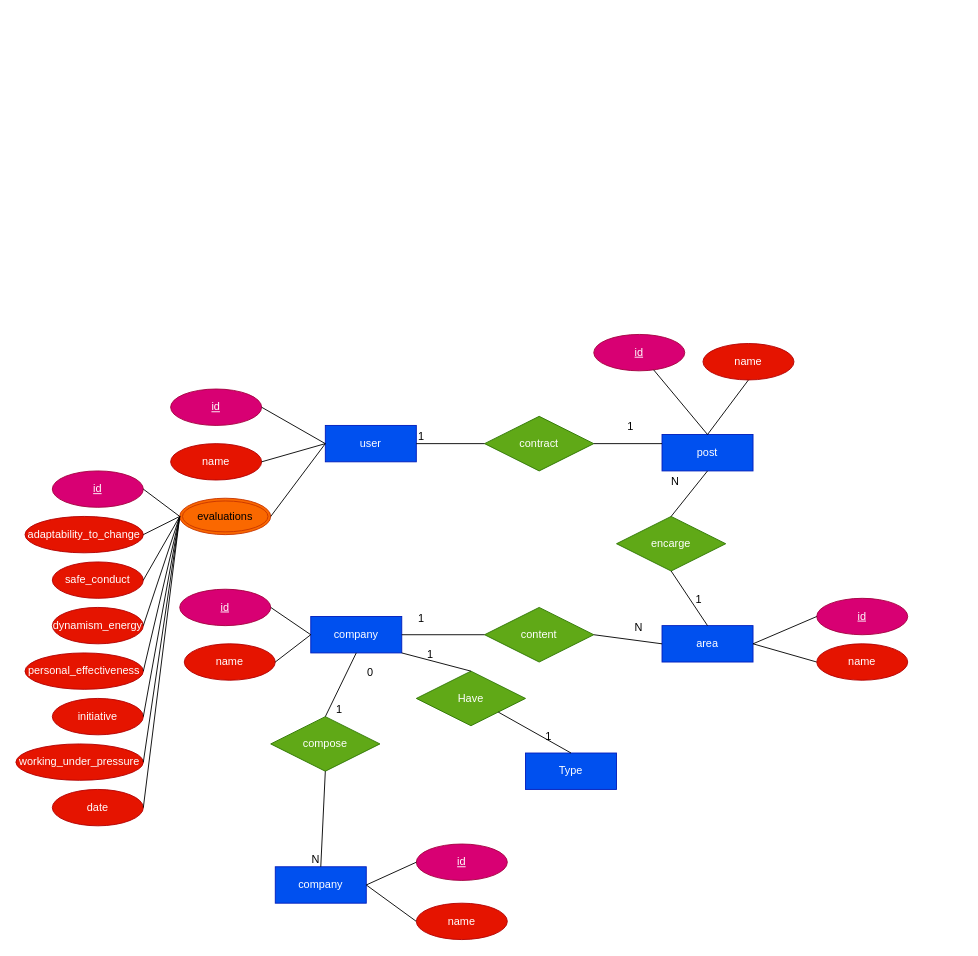
Above: theory/Base de datos.drawio in LosTraicionados/LosTraicionados-Backend (draw.io), before the change. Source tidied: cells renumbered, new cells numbered last; positions are measured from the earlier drawing's top-left corner, leaving out a move shared by most shapes. Both pictures are drawn from the tidied source at 91%, with x=0, y=0 at pixel (15, 334).
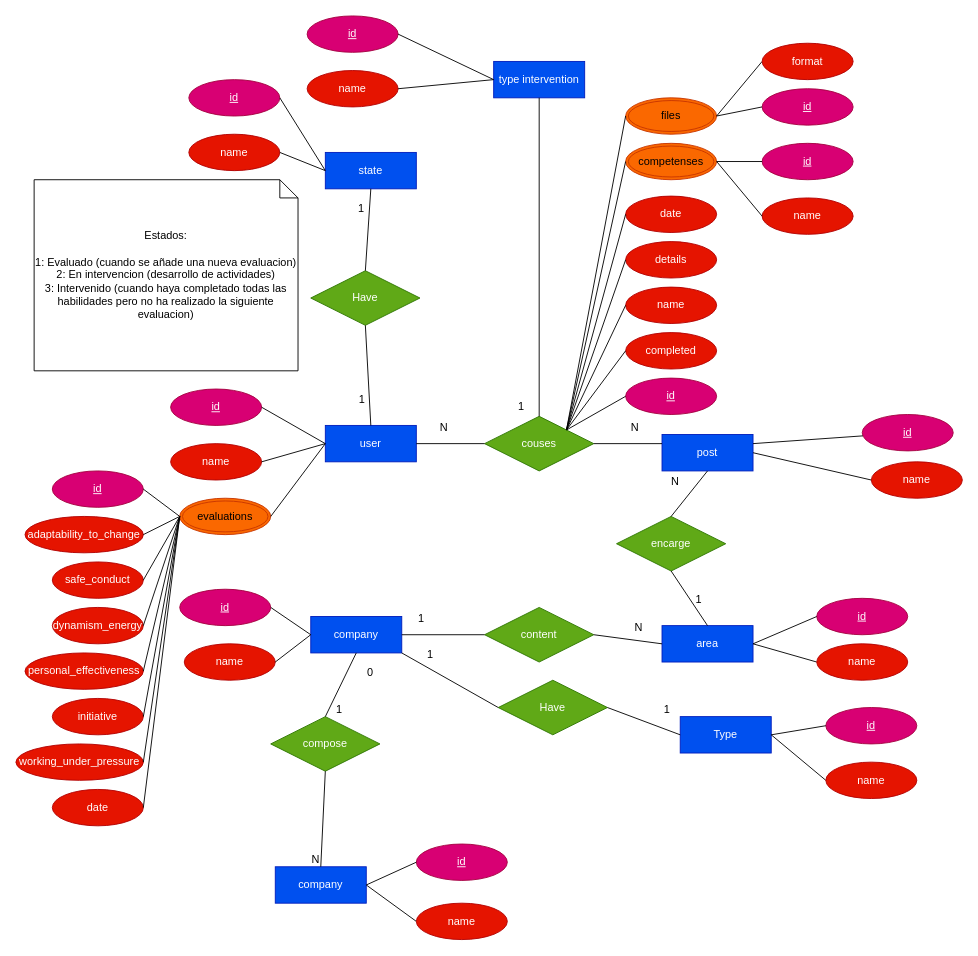
After the change.

The change refers to these unchanged cells:
```xml
<mxCell id="2" value="user" style="whiteSpace=wrap;html=1;align=center;fillColor=#0050ef;fontColor=#ffffff;strokeColor=#001DBC;" parent="1" vertex="1">
  <mxGeometry x="340" y="100" width="100" height="40" as="geometry" />
</mxCell>
<mxCell id="7" value="company" style="whiteSpace=wrap;html=1;align=center;fillColor=#0050ef;fontColor=#ffffff;strokeColor=#001DBC;" parent="1" vertex="1">
  <mxGeometry x="324" y="310" width="100" height="40" as="geometry" />
</mxCell>
<mxCell id="14" value="post" style="whiteSpace=wrap;html=1;align=center;fillColor=#0050ef;fontColor=#ffffff;strokeColor=#001DBC;" parent="1" vertex="1">
  <mxGeometry x="710" y="110" width="100" height="40" as="geometry" />
</mxCell>
```

What changed in the source:
```diff
@@
     <mxCell id="15" value="id" style="ellipse;whiteSpace=wrap;html=1;align=center;fontStyle=4;fillColor=#d80073;fontColor=#ffffff;strokeColor=#A50040;" parent="1" vertex="1">
-      <mxGeometry x="635" width="100" height="40" as="geometry" />
+      <mxGeometry x="930" y="88" width="100" height="40" as="geometry" />
     </mxCell>
-    <mxCell id="16" style="endArrow=none;html=1;rounded=0;entryX=0.5;entryY=0;entryDx=0;entryDy=0;" parent="1" edge="1" source="15" target="14">
+    <mxCell id="16" style="endArrow=none;html=1;rounded=0;entryX=1;entryY=0.25;entryDx=0;entryDy=0;" parent="1" edge="1" source="15" target="14">
       <mxGeometry relative="1" as="geometry" />
     </mxCell>
-    <mxCell id="17" style="endArrow=none;html=1;rounded=0;entryX=0.5;entryY=0;entryDx=0;entryDy=0;exitX=0.5;exitY=1;exitDx=0;exitDy=0;" parent="1" edge="1" source="48" target="14">
+    <mxCell id="17" style="endArrow=none;html=1;rounded=0;entryX=1;entryY=0.5;entryDx=0;entryDy=0;exitX=0;exitY=0.5;exitDx=0;exitDy=0;" parent="1" edge="1" source="48" target="14">
       <mxGeometry relative="1" as="geometry" />
     </mxCell>
@@
-    <mxCell id="40" value="contract" style="shape=rhombus;perimeter=rhombusPerimeter;whiteSpace=wrap;html=1;align=center;fillColor=#60a917;fontColor=#ffffff;strokeColor=#2D7600;" parent="1" vertex="1">
+    <mxCell id="40" value="couses" style="shape=rhombus;perimeter=rhombusPerimeter;whiteSpace=wrap;html=1;align=center;fillColor=#60a917;fontColor=#ffffff;strokeColor=#2D7600;" parent="1" vertex="1">
       <mxGeometry x="515" y="90" width="120" height="60" as="geometry" />
     </mxCell>
@@
     <mxCell id="48" value="name" style="ellipse;whiteSpace=wrap;html=1;align=center;fillColor=#e51400;fontColor=#ffffff;strokeColor=#B20000;" parent="1" vertex="1">
-      <mxGeometry x="755" y="10" width="100" height="40" as="geometry" />
+      <mxGeometry x="940" y="140" width="100" height="40" as="geometry" />
     </mxCell>
@@
-    <mxCell id="50" value="1" style="html=1;whiteSpace=wrap;align=right;verticalAlign=bottom;" parent="1" vertex="1">
-      <mxGeometry x="680" y="110" as="geometry" />
-    </mxCell>
@@
-    <mxCell id="54" value="1" style="html=1;whiteSpace=wrap;align=right;verticalAlign=bottom;" parent="1" vertex="1">
-      <mxGeometry x="450" y="120" as="geometry" />
-    </mxCell>
@@
     <mxCell id="66" value="Type" style="whiteSpace=wrap;html=1;align=center;fillColor=#0050ef;fontColor=#ffffff;strokeColor=#001DBC;" parent="1" vertex="1">
-      <mxGeometry x="560" y="460" width="100" height="40" as="geometry" />
+      <mxGeometry x="730" y="420" width="100" height="40" as="geometry" />
     </mxCell>
     <mxCell id="67" value="Have" style="shape=rhombus;perimeter=rhombusPerimeter;whiteSpace=wrap;html=1;align=center;fillColor=#60a917;fontColor=#ffffff;strokeColor=#2D7600;" parent="1" vertex="1">
-      <mxGeometry x="440" y="370" width="120" height="60" as="geometry" />
+      <mxGeometry x="530" y="380" width="120" height="60" as="geometry" />
     </mxCell>
-    <mxCell id="68" style="endArrow=none;html=1;rounded=0;entryX=1;entryY=1;entryDx=0;entryDy=0;exitX=0.5;exitY=0;exitDx=0;exitDy=0;" parent="1" edge="1" source="67" target="7">
+    <mxCell id="68" style="endArrow=none;html=1;rounded=0;entryX=1;entryY=1;entryDx=0;entryDy=0;exitX=0;exitY=0.5;exitDx=0;exitDy=0;" parent="1" edge="1" source="67" target="7">
       <mxGeometry relative="1" as="geometry" />
     </mxCell>
@@
-    <mxCell id="70" style="endArrow=none;html=1;rounded=0;entryX=1;entryY=1;entryDx=0;entryDy=0;exitX=0.5;exitY=0;exitDx=0;exitDy=0;" parent="1" edge="1" source="66" target="67">
+    <mxCell id="70" style="endArrow=none;html=1;rounded=0;entryX=1;entryY=0.5;entryDx=0;entryDy=0;exitX=0;exitY=0.5;exitDx=0;exitDy=0;" parent="1" edge="1" source="66" target="67">
       <mxGeometry relative="1" as="geometry" />
     </mxCell>
     <mxCell id="71" value="1" style="html=1;whiteSpace=wrap;align=right;verticalAlign=bottom;" parent="1" vertex="1">
-      <mxGeometry x="590" y="450" as="geometry" />
+      <mxGeometry x="720" y="420" as="geometry" />
     </mxCell>
+    <mxCell id="72" value="id" style="ellipse;whiteSpace=wrap;html=1;align=center;fontStyle=4;fillColor=#d80073;fontColor=#ffffff;strokeColor=#A50040;" parent="1" vertex="1">
+      <mxGeometry x="890" y="410" width="100" height="40" as="geometry" />
+    </mxCell>
+    <mxCell id="73" style="endArrow=none;html=1;rounded=0;entryX=1;entryY=0.5;entryDx=0;entryDy=0;exitX=0;exitY=0.5;exitDx=0;exitDy=0;" parent="1" edge="1" source="72" target="66">
+      <mxGeometry relative="1" as="geometry" />
+    </mxCell>
+    <mxCell id="74" style="endArrow=none;html=1;rounded=0;entryX=1;entryY=0.5;entryDx=0;entryDy=0;exitX=0;exitY=0.5;exitDx=0;exitDy=0;" parent="1" edge="1" source="75" target="66">
+      <mxGeometry relative="1" as="geometry" />
+    </mxCell>
+    <mxCell id="75" value="name" style="ellipse;whiteSpace=wrap;html=1;align=center;fillColor=#e51400;fontColor=#ffffff;strokeColor=#B20000;" parent="1" vertex="1">
+      <mxGeometry x="890" y="470" width="100" height="40" as="geometry" />
+    </mxCell>
+    <mxCell id="76" value="Estados:&lt;div&gt;&lt;br&gt;&lt;/div&gt;&lt;div&gt;1: Evaluado (cuando se añade una nueva evaluacion)&lt;/div&gt;&lt;div&gt;2: En intervencion (desarrollo de actividades)&lt;/div&gt;&lt;div&gt;3: Intervenido (cuando haya completado todas las habilidades pero no ha realizado la siguiente evaluacion)&lt;/div&gt;" style="shape=note;size=20;whiteSpace=wrap;html=1;" parent="1" vertex="1">
+      <mxGeometry x="20" y="-170" width="290" height="210" as="geometry" />
+    </mxCell>
+    <mxCell id="77" value="state" style="whiteSpace=wrap;html=1;align=center;fillColor=#0050ef;fontColor=#ffffff;strokeColor=#001DBC;" parent="1" vertex="1">
+      <mxGeometry x="340" y="-200" width="100" height="40" as="geometry" />
+    </mxCell>
+    <mxCell id="78" value="Have" style="shape=rhombus;perimeter=rhombusPerimeter;whiteSpace=wrap;html=1;align=center;fillColor=#60a917;fontColor=#ffffff;strokeColor=#2D7600;" parent="1" vertex="1">
+      <mxGeometry x="324" y="-70" width="120" height="60" as="geometry" />
+    </mxCell>
+    <mxCell id="79" style="endArrow=none;html=1;rounded=0;entryX=0.5;entryY=0;entryDx=0;entryDy=0;exitX=0.5;exitY=1;exitDx=0;exitDy=0;" parent="1" edge="1" source="78" target="2">
+      <mxGeometry relative="1" as="geometry" />
+    </mxCell>
+    <mxCell id="80" style="endArrow=none;html=1;rounded=0;entryX=0.5;entryY=1;entryDx=0;entryDy=0;exitX=0.5;exitY=0;exitDx=0;exitDy=0;" parent="1" edge="1" source="78" target="77">
+      <mxGeometry relative="1" as="geometry" />
+    </mxCell>
+    <mxCell id="81" value="1" style="html=1;whiteSpace=wrap;align=right;verticalAlign=bottom;" parent="1" vertex="1">
+      <mxGeometry x="384" y="-130" as="geometry" />
+    </mxCell>
+    <mxCell id="82" value="1" style="html=1;whiteSpace=wrap;align=right;verticalAlign=bottom;" parent="1" vertex="1">
+      <mxGeometry x="385" y="80" as="geometry" />
+    </mxCell>
+    <mxCell id="83" value="id" style="ellipse;whiteSpace=wrap;html=1;align=center;fontStyle=4;fillColor=#d80073;fontColor=#ffffff;strokeColor=#A50040;" parent="1" vertex="1">
+      <mxGeometry x="190" y="-280" width="100" height="40" as="geometry" />
+    </mxCell>
+    <mxCell id="84" value="name" style="ellipse;whiteSpace=wrap;html=1;align=center;fillColor=#e51400;fontColor=#ffffff;strokeColor=#B20000;fontStyle=0;" parent="1" vertex="1">
+      <mxGeometry x="190" y="-220" width="100" height="40" as="geometry" />
+    </mxCell>
+    <mxCell id="85" style="endArrow=none;html=1;rounded=0;exitX=1;exitY=0.5;exitDx=0;exitDy=0;entryX=0;entryY=0.5;entryDx=0;entryDy=0;" parent="1" edge="1" source="83" target="77">
+      <mxGeometry relative="1" as="geometry" />
+    </mxCell>
+    <mxCell id="86" style="endArrow=none;html=1;rounded=0;exitX=1;exitY=0.5;exitDx=0;exitDy=0;entryX=0;entryY=0.5;entryDx=0;entryDy=0;" parent="1" edge="1" source="84" target="77">
+      <mxGeometry relative="1" as="geometry" />
+    </mxCell>
+    <mxCell id="87" value="N" style="text;html=1;align=center;verticalAlign=middle;strokeColor=none;fillColor=none;" parent="1" vertex="1">
+      <mxGeometry x="665" y="88" width="30" height="30" as="geometry" />
+    </mxCell>
+    <mxCell id="88" value="N" style="text;html=1;align=center;verticalAlign=middle;strokeColor=none;fillColor=none;" parent="1" vertex="1">
+      <mxGeometry x="455" y="88" width="30" height="30" as="geometry" />
+    </mxCell>
+    <mxCell id="89" value="completed" style="ellipse;whiteSpace=wrap;html=1;align=center;fillColor=#e51400;fontColor=#ffffff;strokeColor=#B20000;" parent="1" vertex="1">
+      <mxGeometry x="670" y="-2" width="100" height="40" as="geometry" />
+    </mxCell>
+    <mxCell id="90" value="id" style="ellipse;whiteSpace=wrap;html=1;align=center;fontStyle=4;fillColor=#d80073;fontColor=#ffffff;strokeColor=#A50040;" parent="1" vertex="1">
+      <mxGeometry x="670" y="48" width="100" height="40" as="geometry" />
+    </mxCell>
+    <mxCell id="91" value="name" style="ellipse;whiteSpace=wrap;html=1;align=center;fillColor=#e51400;fontColor=#ffffff;strokeColor=#B20000;" parent="1" vertex="1">
+      <mxGeometry x="670" y="-52" width="100" height="40" as="geometry" />
+    </mxCell>
+    <mxCell id="92" value="details" style="ellipse;whiteSpace=wrap;html=1;align=center;fillColor=#e51400;fontColor=#ffffff;strokeColor=#B20000;" parent="1" vertex="1">
+      <mxGeometry x="670" y="-102" width="100" height="40" as="geometry" />
+    </mxCell>
+    <mxCell id="93" value="date" style="ellipse;whiteSpace=wrap;html=1;align=center;fillColor=#e51400;fontColor=#ffffff;strokeColor=#B20000;" parent="1" vertex="1">
+      <mxGeometry x="670" y="-152" width="100" height="40" as="geometry" />
+    </mxCell>
+    <mxCell id="94" value="type intervention" style="whiteSpace=wrap;html=1;align=center;fillColor=#0050ef;fontColor=#ffffff;strokeColor=#001DBC;" parent="1" vertex="1">
+      <mxGeometry x="525" y="-300" width="100" height="40" as="geometry" />
+    </mxCell>
+    <mxCell id="95" style="endArrow=none;html=1;rounded=0;entryX=0.5;entryY=1;entryDx=0;entryDy=0;exitX=0.5;exitY=0;exitDx=0;exitDy=0;" parent="1" edge="1" source="40" target="94">
+      <mxGeometry relative="1" as="geometry" />
+    </mxCell>
+    <mxCell id="96" value="id" style="ellipse;whiteSpace=wrap;html=1;align=center;fontStyle=4;fillColor=#d80073;fontColor=#ffffff;strokeColor=#A50040;" parent="1" vertex="1">
+      <mxGeometry x="320" y="-350" width="100" height="40" as="geometry" />
+    </mxCell>
+    <mxCell id="97" value="name" style="ellipse;whiteSpace=wrap;html=1;align=center;fillColor=#e51400;fontColor=#ffffff;strokeColor=#B20000;fontStyle=0;" parent="1" vertex="1">
+      <mxGeometry x="320" y="-290" width="100" height="40" as="geometry" />
+    </mxCell>
+    <mxCell id="98" style="endArrow=none;html=1;rounded=0;exitX=1;exitY=0.5;exitDx=0;exitDy=0;entryX=0;entryY=0.5;entryDx=0;entryDy=0;" parent="1" edge="1" source="96" target="94">
+      <mxGeometry relative="1" as="geometry" />
+    </mxCell>
+    <mxCell id="99" style="endArrow=none;html=1;rounded=0;exitX=1;exitY=0.5;exitDx=0;exitDy=0;entryX=0;entryY=0.5;entryDx=0;entryDy=0;" parent="1" edge="1" source="97" target="94">
+      <mxGeometry relative="1" as="geometry" />
+    </mxCell>
+    <mxCell id="100" value="1" style="html=1;whiteSpace=wrap;align=right;verticalAlign=bottom;" parent="1" vertex="1">
+      <mxGeometry x="560" y="88" as="geometry" />
+    </mxCell>
+    <mxCell id="101" value="competenses" style="ellipse;shape=doubleEllipse;margin=3;whiteSpace=wrap;html=1;align=center;fillColor=#fa6800;fontColor=#000000;strokeColor=#C73500;" parent="1" vertex="1">
+      <mxGeometry x="670" y="-210" width="100" height="40" as="geometry" />
+    </mxCell>
+    <mxCell id="102" value="files" style="ellipse;shape=doubleEllipse;margin=3;whiteSpace=wrap;html=1;align=center;fillColor=#fa6800;fontColor=#000000;strokeColor=#C73500;" parent="1" vertex="1">
+      <mxGeometry x="670" y="-260" width="100" height="40" as="geometry" />
+    </mxCell>
+    <mxCell id="103" style="endArrow=none;html=1;rounded=0;entryX=1;entryY=0;entryDx=0;entryDy=0;exitX=0;exitY=0.5;exitDx=0;exitDy=0;" parent="1" edge="1" source="90" target="40">
+      <mxGeometry relative="1" as="geometry" />
+    </mxCell>
+    <mxCell id="104" style="endArrow=none;html=1;rounded=0;entryX=1;entryY=0;entryDx=0;entryDy=0;exitX=0;exitY=0.5;exitDx=0;exitDy=0;" parent="1" edge="1" source="89" target="40">
+      <mxGeometry relative="1" as="geometry" />
+    </mxCell>
+    <mxCell id="105" style="endArrow=none;html=1;rounded=0;entryX=0;entryY=0.5;entryDx=0;entryDy=0;exitX=1;exitY=0;exitDx=0;exitDy=0;" parent="1" edge="1" source="40" target="91">
+      <mxGeometry relative="1" as="geometry" />
+    </mxCell>
+    <mxCell id="106" style="endArrow=none;html=1;rounded=0;entryX=0;entryY=0.5;entryDx=0;entryDy=0;exitX=1;exitY=0;exitDx=0;exitDy=0;" parent="1" edge="1" source="40" target="92">
+      <mxGeometry relative="1" as="geometry" />
+    </mxCell>
+    <mxCell id="107" style="endArrow=none;html=1;rounded=0;entryX=0;entryY=0.5;entryDx=0;entryDy=0;exitX=1;exitY=0;exitDx=0;exitDy=0;" parent="1" edge="1" source="40" target="93">
+      <mxGeometry relative="1" as="geometry" />
+    </mxCell>
+    <mxCell id="108" style="endArrow=none;html=1;rounded=0;entryX=0;entryY=0.5;entryDx=0;entryDy=0;exitX=1;exitY=0;exitDx=0;exitDy=0;" parent="1" edge="1" source="40" target="101">
+      <mxGeometry relative="1" as="geometry" />
+    </mxCell>
+    <mxCell id="109" style="endArrow=none;html=1;rounded=0;entryX=0;entryY=0.5;entryDx=0;entryDy=0;exitX=1;exitY=0;exitDx=0;exitDy=0;" parent="1" edge="1" source="40" target="102">
+      <mxGeometry relative="1" as="geometry" />
+    </mxCell>
+    <mxCell id="110" value="name" style="ellipse;whiteSpace=wrap;html=1;align=center;fillColor=#e51400;fontColor=#ffffff;strokeColor=#B20000;" parent="1" vertex="1">
+      <mxGeometry x="820" y="-150" width="100" height="40" as="geometry" />
+    </mxCell>
+    <mxCell id="111" style="endArrow=none;html=1;rounded=0;entryX=1;entryY=0.5;entryDx=0;entryDy=0;exitX=0;exitY=0.5;exitDx=0;exitDy=0;" parent="1" edge="1" source="110" target="101">
+      <mxGeometry relative="1" as="geometry" />
+    </mxCell>
+    <mxCell id="112" style="endArrow=none;html=1;rounded=0;entryX=1;entryY=0.5;entryDx=0;entryDy=0;exitX=0;exitY=0.5;exitDx=0;exitDy=0;" parent="1" edge="1" source="113" target="102">
+      <mxGeometry relative="1" as="geometry" />
+    </mxCell>
+    <mxCell id="113" value="format" style="ellipse;whiteSpace=wrap;html=1;align=center;fillColor=#e51400;fontColor=#ffffff;strokeColor=#B20000;" parent="1" vertex="1">
+      <mxGeometry x="820" y="-320" width="100" height="40" as="geometry" />
+    </mxCell>
+    <mxCell id="114" value="id" style="ellipse;whiteSpace=wrap;html=1;align=center;fontStyle=4;fillColor=#d80073;fontColor=#ffffff;strokeColor=#A50040;" parent="1" vertex="1">
+      <mxGeometry x="820" y="-270" width="100" height="40" as="geometry" />
+    </mxCell>
+    <mxCell id="115" style="endArrow=none;html=1;rounded=0;entryX=1;entryY=0.5;entryDx=0;entryDy=0;exitX=0;exitY=0.5;exitDx=0;exitDy=0;" parent="1" edge="1" source="114" target="102">
+      <mxGeometry relative="1" as="geometry" />
+    </mxCell>
+    <mxCell id="116" value="id" style="ellipse;whiteSpace=wrap;html=1;align=center;fontStyle=4;fillColor=#d80073;fontColor=#ffffff;strokeColor=#A50040;" parent="1" vertex="1">
+      <mxGeometry x="820" y="-210" width="100" height="40" as="geometry" />
+    </mxCell>
+    <mxCell id="117" style="endArrow=none;html=1;rounded=0;entryX=1;entryY=0.5;entryDx=0;entryDy=0;exitX=0;exitY=0.5;exitDx=0;exitDy=0;" parent="1" edge="1" source="116" target="101">
+      <mxGeometry relative="1" as="geometry" />
+    </mxCell>
```
